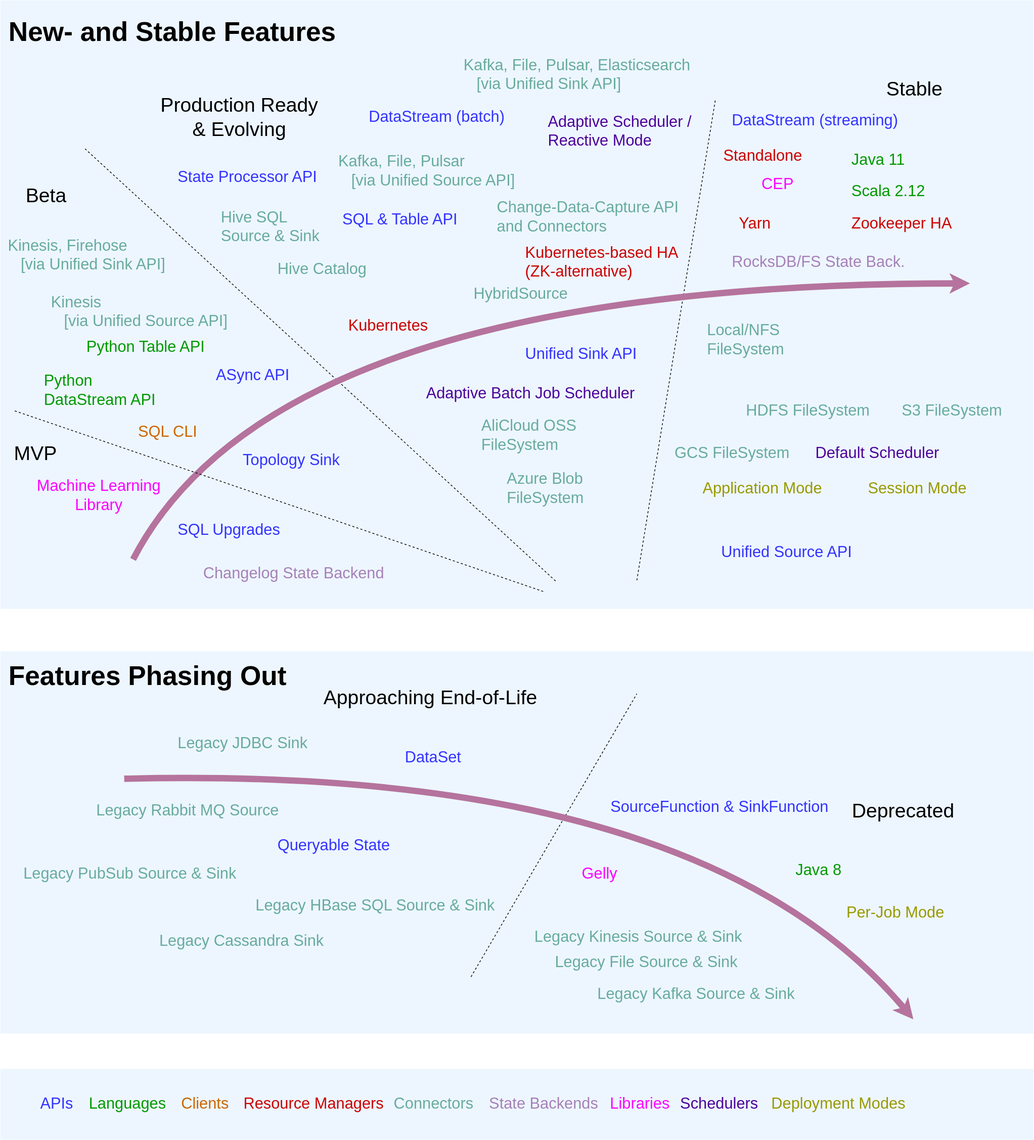
The draw.io diagram img/flink_feature_radar_zh_3.svg in apache/flink-web, before a commit. Source tidied: cells renumbered, new cells last; positions are measured from the earlier drawing's top-left corner, leaving out a move shared by most shapes.
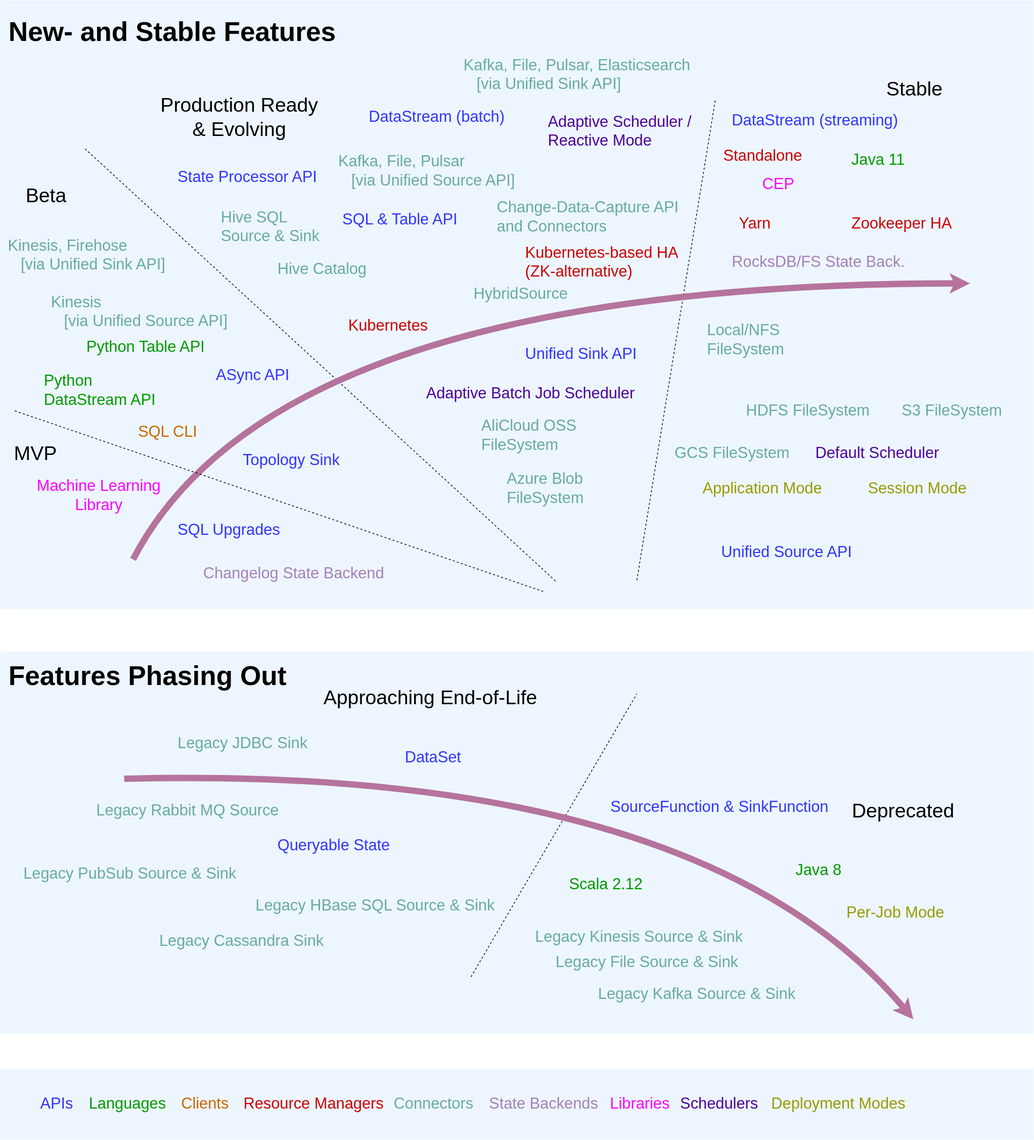
The same diagram one commit later.

Commit message:
[FLINK-29668] Remove Gelly including updating the feature radar

What changed in the source:
```diff
@@ -85,7 +85,7 @@
       <mxGeometry x="1201" y="206" width="120" height="40" as="geometry" />
     </mxCell>
     <mxCell id="28" value="Scala 2.12" style="text;html=1;strokeColor=none;fillColor=none;align=left;verticalAlign=middle;whiteSpace=wrap;rounded=0;fontSize=22;fontColor=#009900;" parent="1" vertex="1">
-      <mxGeometry x="1201" y="250" width="140" height="40" as="geometry" />
+      <mxGeometry x="802" y="1230" width="140" height="40" as="geometry" />
     </mxCell>
     <mxCell id="29" value="&lt;div&gt;&lt;span&gt;Kubernetes&lt;/span&gt;&lt;/div&gt;" style="text;html=1;strokeColor=none;fillColor=none;align=left;verticalAlign=middle;whiteSpace=wrap;rounded=0;fontSize=22;fontColor=#CC0000;" parent="1" vertex="1">
       <mxGeometry x="490" y="440" width="135" height="40" as="geometry" />
@@ -108,9 +108,6 @@
     <mxCell id="35" value="&lt;div&gt;&lt;span&gt;RocksDB/FS State Back.&lt;/span&gt;&lt;br&gt;&lt;/div&gt;" style="text;html=1;strokeColor=none;fillColor=none;align=left;verticalAlign=middle;whiteSpace=wrap;rounded=0;fontSize=22;fontColor=#A680B8;" parent="1" vertex="1">
       <mxGeometry x="1032" y="350" width="305" height="40" as="geometry" />
     </mxCell>
-    <mxCell id="36" value="&lt;div&gt;&lt;span&gt;Gelly&lt;/span&gt;&lt;/div&gt;" style="text;html=1;strokeColor=none;fillColor=none;align=left;verticalAlign=middle;whiteSpace=wrap;rounded=0;fontSize=22;fontColor=#FF00FF;" parent="1" vertex="1">
-      <mxGeometry x="820" y="1210" width="60" height="50" as="geometry" />
-    </mxCell>
     <mxCell id="37" value="&lt;div&gt;CEP&lt;/div&gt;" style="text;html=1;strokeColor=none;fillColor=none;align=left;verticalAlign=middle;whiteSpace=wrap;rounded=0;fontSize=22;fontColor=#FF00FF;" parent="1" vertex="1">
       <mxGeometry x="1074.5" y="240" width="70" height="40" as="geometry" />
     </mxCell>
```
